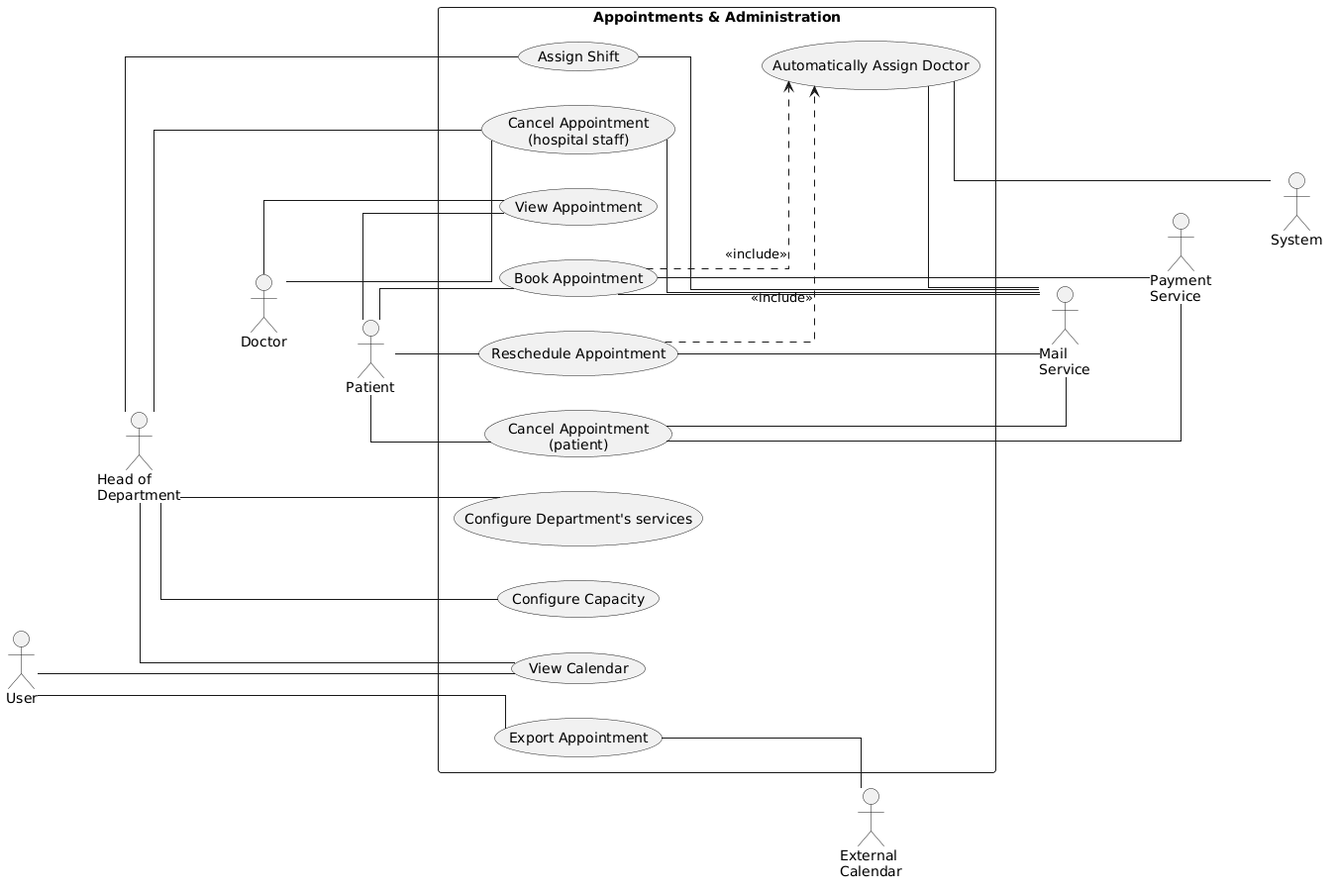
This is System_Diagram/AppointmentsAdministration.png from steGiro05/CursoRMaxinnDocuments, a PlantUML export, as it was before one commit. Source of this version:
```plantuml
@startuml
left to right direction

skinparam linetype ortho

skinparam shadowing false


actor User
actor "Head of\nDepartment" as HoD
actor Doctor
actor Patient

actor "External\nCalendar" as ExtCal
actor "System" as Sys
actor "Payment\nService" as PayService
actor "Mail\nService" as MailService

User -[hidden]down- HoD
HoD -[hidden]down- Doctor
Doctor -[hidden]down- Patient

ExtCal -[hidden]down- MailService
MailService -[hidden]down- PayService
PayService -[hidden]down- Sys


rectangle "Appointments & Administration" {
    usecase "Export Appointment" as UC_ExportAppt
    usecase "View Calendar" as UC_ViewCalendar

    usecase "Configure Department's services" as UC_ConfigDept
    usecase "Configure Capacity" as UC_ConfigCap
    usecase "Assign Shift" as UC_AssignShift

    usecase "View Appointment" as UC_ViewAppt
    usecase "Cancel Appointment\n(hospital staff)" as UC_CancelStaff

    usecase "Reschedule Appointment" as UC_Reschedule
    usecase "Book Appointment" as UC_Book
    usecase "Cancel Appointment\n(patient)" as UC_CancelPatient

    usecase "Automatically Assign Doctor" as UC_AutoAssign
}

User -- UC_ExportAppt
User -- UC_ViewCalendar

HoD -- UC_ViewCalendar
HoD -- UC_ConfigDept
HoD -- UC_ConfigCap
HoD -- UC_AssignShift
HoD -- UC_CancelStaff

Doctor -- UC_ViewAppt
Doctor -- UC_CancelStaff

Patient -- UC_ViewAppt
Patient -- UC_Reschedule
Patient -- UC_Book
Patient -- UC_CancelPatient

UC_ExportAppt -- ExtCal

UC_AssignShift -- MailService
UC_CancelStaff -- MailService
UC_Reschedule -- MailService
UC_Book -- MailService
UC_CancelPatient -- MailService
UC_AutoAssign -- MailService

UC_Book -- PayService
UC_CancelPatient -- PayService

UC_AutoAssign -- Sys

UC_Reschedule ..> UC_AutoAssign : <<include>>
UC_Book ..> UC_AutoAssign : <<include>>
@enduml
```
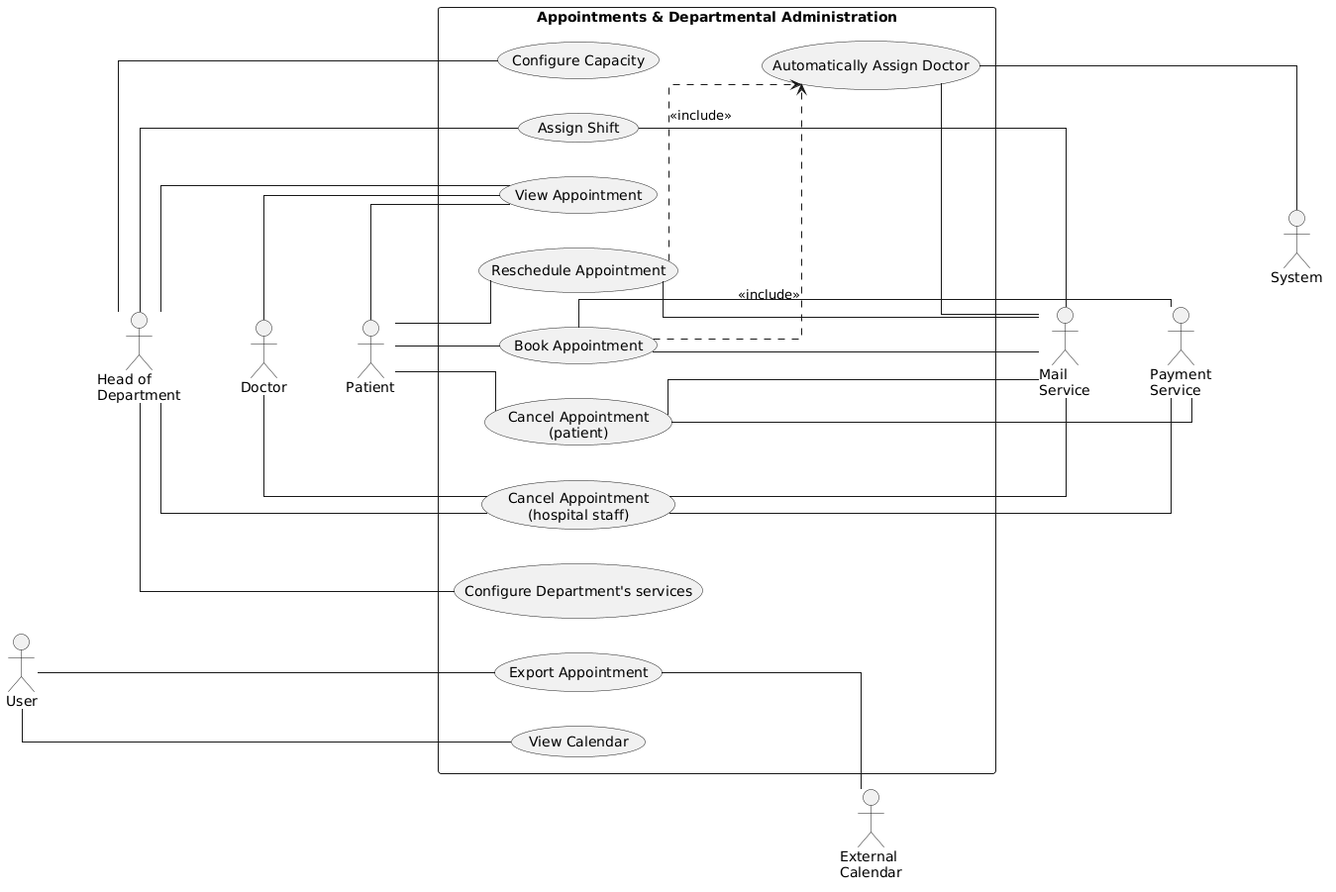
Above is the later version.

Change to the diagram source:
```diff
@@ -25,7 +25,7 @@
 PayService -[hidden]down- Sys
 
 
-rectangle "Appointments & Administration" {
+rectangle "Appointments & Departmental Administration" {
     usecase "Export Appointment" as UC_ExportAppt
     usecase "View Calendar" as UC_ViewCalendar
 
@@ -46,7 +46,7 @@
 User -- UC_ExportAppt
 User -- UC_ViewCalendar
 
-HoD -- UC_ViewCalendar
+HoD -- UC_ViewAppt
 HoD -- UC_ConfigDept
 HoD -- UC_ConfigCap
 HoD -- UC_AssignShift
@@ -71,7 +71,7 @@
 
 UC_Book -- PayService
 UC_CancelPatient -- PayService
-
+UC_CancelStaff -- PayService
 UC_AutoAssign -- Sys
 
 UC_Reschedule ..> UC_AutoAssign : <<include>>
```
